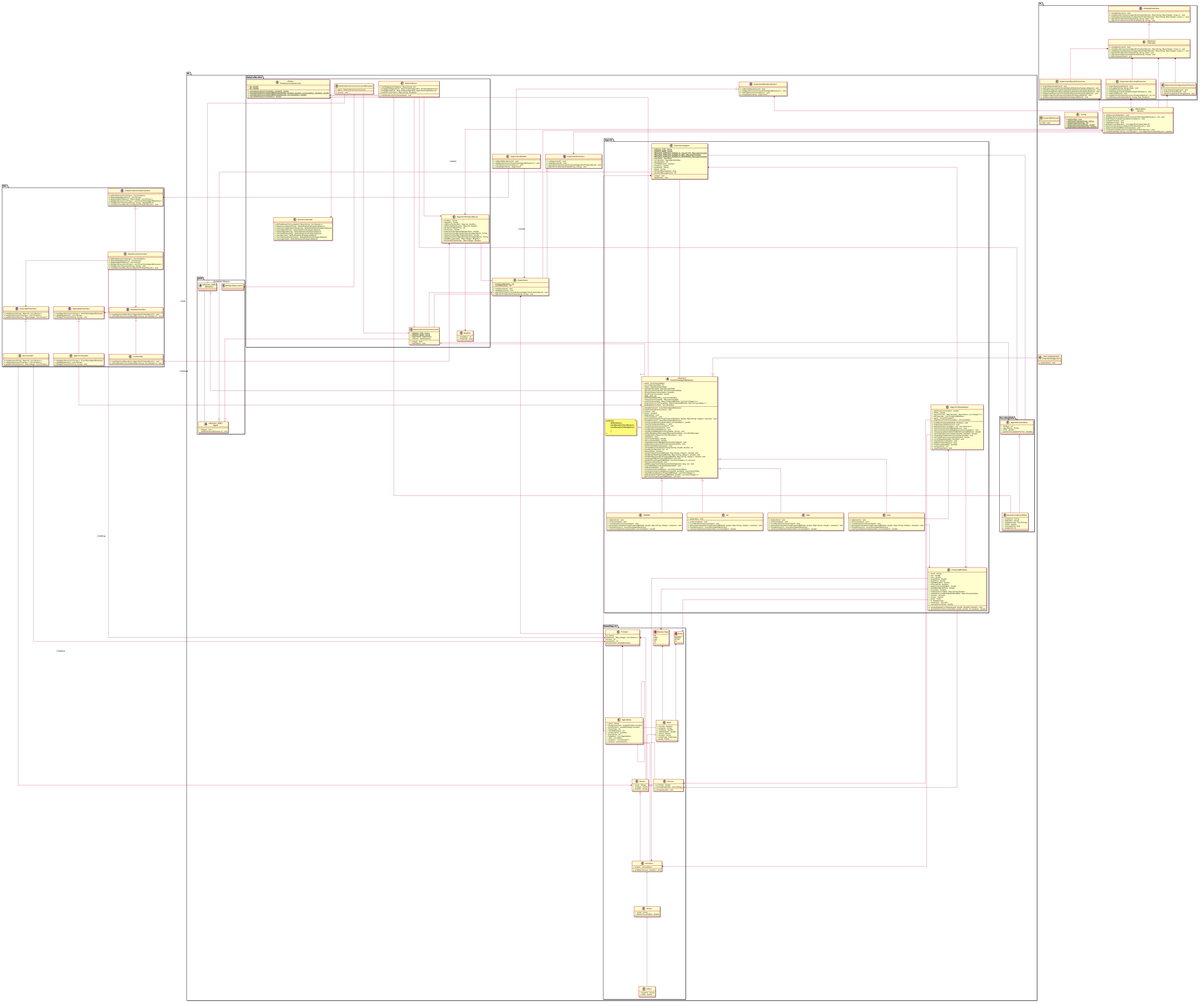
miamiHits/FinalProject keeps this PlantUML diagram as Docs/Diagrams/class diagram/ClassDiagram.png. Above is the earlier version.
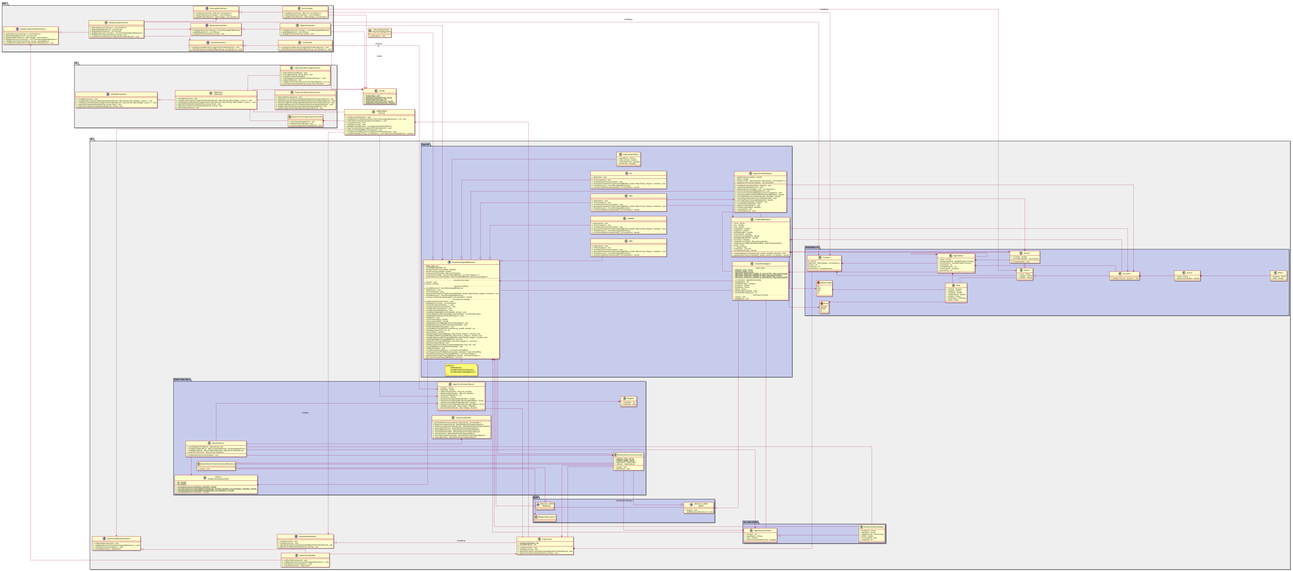
Above is the later version.

Commit message:
more work on CD including fucking colors!!!

Change to the diagram source:
```diff
@@ -1,12 +1,12 @@
 @startuml
 scale 0.5
 skinparam linetype ortho
-skinparam dpi 900
+skinparam pageExternalColor white
+left to right direction
 
+package BL #efefef{
 
-package BL {
-
-	package JADE <<External library>> {
+	package JADE <<External library>> #c7cced{
 
 		abstract class Agent <<Abstract, JADE>> {
 		    {abstract} #Setup() : void
@@ -19,8 +19,7 @@
 		class DFAgentDescription
 	}
 
-	package DataObjects{
-
+	package DataObjects #c7cced{
 		together {
 			class Device {
 				+name : String
@@ -35,7 +34,6 @@
 			}
 
 			class Actuator {
-				+actions : List<Action>
 				+act(Map<Sensor, double>) : void
 			}
 		}
@@ -72,7 +70,6 @@
 				+property : String
 				+ruleValue : double
 				+relationValue : double
-				+device : Device
 				+location : String
 				+prefixType : PrefixType
 				+prefix : Prefix
@@ -88,10 +85,6 @@
 				+numOfIterations : int
 				+priceScheme : double[]
 				+granularity : int
-				+neighbors : List<AgentData>
-				+rules : List<Rule>
-				+actuators : List<Actuator>
-				+sensors : List<Sensor>
 			}
 
 			class Problem {
@@ -106,30 +99,28 @@
 		Device <|- Sensor
 		Device <|-- Actuator
 
-		Actuator o-- Action
-		Action o-- Effect
+		Action *-down- Effect
+		Actuator *-down- Action
 
 		Problem *-- AgentData
 		Problem *-- Device
-		AgentData o-- Sensor
-		AgentData o-- Actuator
-		AgentData -- AgentData
-		AgentData o- Rule
+		AgentData *-- Sensor
+		AgentData *-- Actuator
+		AgentData *-down- AgentData
+		AgentData *- Rule
 
 		Prefix <-- Rule
 		RelationType <-- Rule
 		Rule o-- Device
 	}
 
-	package Agents {
+	package Agents #c7cced{
 
 		together {
 			class AlgorithmDataHelper {
 				+totalPriceConsumption : double
 				+ePeak : double
 				+DeviceToTicks : Map<Actuator, Map<Action, List<Integer>>>
-				+allProperties : List<PropertyWithData>
-				+agent : SmartHomeAgent
 				+neighboursPriceConsumption : List<double[]>
 
 				+buildNewPropertyData(Rule, boolean) : void
@@ -162,8 +153,6 @@
 				+isLocation : boolean
 				+relatedSensorsDelta : Map<String,Double>
 				+relatedSensorsWhenWorkOfflineDelta : Map<String,Double>
-				+actuator : Actuator
-				+sensor : Sensor
 				+prefix : Prefix
 				+rt : RelationType
 				+activeTicks : List<int>
@@ -176,13 +165,13 @@
 
 		together {
 			class SmartHomeAgent {
+				..static fields..
 				+{static} SERVICE_TYPE : String
 				+{static} SERVICE_NAME : String
 				+{static} MESSAGE_TEMPLATE_SENDER_IS_COLLECTOR : MessageTemplate
 				+{static} MESSAGE_TEMPLATE_SENDER_IS_AMS : MessageTemplate
 				+{static} MESSAGE_TEMPLATE_SENDER_IS_NEIGHBOUR : MessageTemplate
-
-				+agentdata : AgentData
+				..
 				+currIteration : AgentIterationData
 				+iterationNum : int
 				+isZEROIteration : boolean
@@ -192,37 +181,33 @@
 				+iterationMessageSize : long
 				+iterationMessageCount : int
 
+				..inharited from Jade..
 				#setup() : void
 				#takeDown() : void
 			}
 
 
-			abstract class SmartHomeAgentBehaviour <<Abstract>> {
-				+agent : SmartHomeAgent
+			abstract class SmartHomeAgentBehaviour {
+				#{static} FINAL_TICK : int
 				#currentNumberOfIter: int
-				#helper: AlgorithmDataHelper
-				#agentIterationData: AgentIterationData
-				#agentIterationCollected: IterationCollectedData
 				#iterationPowerConsumption: double[]
 				#tempPriceConsumption: double
-				#{static} FINAL_TICK : int
-				#maxImprovementMsg : ImprovementMsg
 				#improvementTemplate : MessageTemplate
 				#propToSubsetsMap : Map<PropertyWithData, List<Set<Integer>>>
 				#propToSensorsToChargeMap : Map<PropertyWithData, Map<String,Integer>>
-
-				+cloneBehaviour() : SmartHomeAgentBehaviour
-				+buildScheduleFromScratch() : void
-
+				--
+				..inharited from Jade..
 				+action() : void
 				+done() : boolean
-
+				..abstract methods..
+				+{abstract} cloneBehaviour() : SmartHomeAgentBehaviour
 				#{abstract} doIteration() : void
 				#{abstract} onTermination() : void
 				#{abstract} generateScheduleForProp(PropertyWithData, double, Map<String, Integer>, boolean) : void
 				#{abstract} cloneBehaviour() : SmartHomeAgentBehaviour
 				#{abstract} calcImprveOptionGrade(double[], List<double[]>) : double
-
+				..non-abstract methods..
+				+buildScheduleFromScratch() : void
 				#getNeighbourScheds : List<double[]>
 				#resetToPrevIterationData(...) : void
 				#countIterationCommunication() : void
@@ -257,7 +242,7 @@
 			}
 		}
 
-		Note "action(){\n\tdoIteration();\n\tsendIterationToCollector();\n\tsendIterationToNeighbrs();\n\t..\n\t}\n}" as smabNote
+		Note "action(){\n\tdoIteration();\n\tsendIterationToCollector();\n\tsendIterationToNeighbrs();}\n}" as smabNote
 
 		together {
 			class SHMGM {
@@ -297,10 +282,17 @@
 			}
 		}
 
+		class ImprovementMsg {
+			+agentName : String
+			+improvement : double
+			+imprevedSched : double[]
+			+prevSched : double[]
+		}
+
 
 		Agent <|-- SmartHomeAgent
 		SmartHomeAgentBehaviour --|> Behaviour
-		SmartHomeAgent -- SmartHomeAgentBehaviour
+		SmartHomeAgent --> SmartHomeAgentBehaviour
 
 		SmartHomeAgentBehaviour . smabNote
 
@@ -309,14 +301,21 @@
 		SmartHomeAgentBehaviour <|-- SA
 		SmartHomeAgentBehaviour <|-- DBA
 
+		SmartHomeAgentBehaviour o-- SmartHomeAgent
+		SmartHomeAgentBehaviour o-- AlgorithmDataHelper
+		SmartHomeAgentBehaviour o-- ImprovementMsg
+
 		DSA --> AlgorithmDataHelper
 		DSA --> PropertyWithData
 
-		AlgorithmDataHelper --> PropertyWithData
-		AlgorithmDataHelper --> SmartHomeAgent
+		AlgorithmDataHelper o- PropertyWithData
+		AlgorithmDataHelper o-- SmartHomeAgent
+
+		PropertyWithData *-up- Sensor
+		PropertyWithData *- Actuator
 	}
 
-	package IterationData {
+	package IterationData #c7cced{
 
 		class AgentIterationData {
 			+iterNum : int
@@ -337,7 +336,7 @@
 		AgentIterationData <|-- IterationCollectedData
 	}
 
-	package DataCollection {
+	package DataCollection #c7cced{
 
 		class PowerConsumptionUtils <<Static>> {
 			+{static} AE : double
@@ -369,7 +368,6 @@
 			}
 
 			class DataCollectionCommunicatorBehaviour {
-			    -agent : DataCollectorCommunicator
 				+action() : void
 			}
 		}
@@ -406,25 +404,27 @@
 			+msgsSize : long
 		}
 
-		AlgorithmProblemResult --> MsgInfo
+		AlgorithmProblemResult --* MsgInfo
 
-		DataCollector --o DataCollectionCommunicator
+		DataCollector --* DataCollectionCommunicator
 		DataCollector o-- IterationCollectedData
 		DataCollectionCommunicatorBehaviour --|> Behaviour
 		DataCollectionCommunicatorBehaviour --o DataCollectionCommunicator
+		DataCollectionCommunicatorBehaviour o-- DataCollectionCommunicator
 		DataCollector --> StatisticsHandler
 
 		DataCollector -> PowerConsumptionUtils
 	}
 
-	interface ExperimentBuilderInterface {
-		+setNumOfIterations(int) : void
-		+setAlgorithms(List<SmartHomeAgentBehaviour>) : void
-		+setProblems(List<Problem>) : void
-		+createExperiment() : Experiment
-	}
 
 	together {
+		interface ExperimentBuilderInterface {
+			+setNumOfIterations(int) : void
+			+setAlgorithms(List<SmartHomeAgentBehaviour>) : void
+			+setProblems(List<Problem>) : void
+			+createExperiment() : Experiment
+		}
+
 		class ExperimentBuilder {
 			+setNumOfIterations(int) : void
 			+setAlgorithms(List<SmartHomeAgentBehaviour>) : void
@@ -448,13 +448,12 @@
 			+algorithmProblemComboRunEnded(AlgorithmProblemResult) : void
 			+algorithmProblemIterEnded(String, String) : void
 		}
-
 	}
 
 	ExperimentInterface <|-- Experiment
 	ExperimentBuilderInterface <|-- ExperimentBuilder
 
-	ExperimentBuilder --> Experiment : creates
+	ExperimentBuilder --> Experiment : creates >
 	Experiment o-- DataCollectionCommunicator
 	Experiment *-- Problem
 	SmartHomeAgent *- AgentData
@@ -463,7 +462,7 @@
 
 	Experiment o-- AlgorithmProblemResult
 
-	DataCollectionCommunicator "1" -- "1...*" SmartHomeAgentBehaviour
+	DataCollectionCommunicator --  SmartHomeAgentBehaviour
 	DataCollectionCommunicator --> AgentIterationData
 	DataCollector --> AgentIterationData
 	DataCollectionCommunicatorBehaviour --> DFAgentDescription
@@ -479,7 +478,7 @@
 	AlgorithmDataHelper --> Sensor
 }
 
-package PL {
+package PL #efefef{
 
 	interface UiHandlerInterface {
 		+showMainScreen() : void
@@ -526,13 +525,13 @@
     }
 
 	UiHandlerInterface <|-- UiHandler
-	UiHandler *-- ExperimentRunningPresenter
-	UiHandler *-- ExperimentResultsPresenter
-	UiHandler *-- ExperimentConfigurationPresenter
+	UiHandler o-- ExperimentRunningPresenter
+	UiHandler o-- ExperimentResultsPresenter
+	UiHandler o-- ExperimentConfigurationPresenter
 
 }
 
-package DAL {
+package DAL #efefef{
 
     interface FileSaverInterface {
     	+saveExpirimentResult(List<AlgorithmProblemResult>) : void
@@ -617,11 +616,6 @@
         +{static} getDoubleProperty(String) : double
         +{static} getBooleanProperty(String) : boolean
     }
-
-    class VaadinWebServlet {
-        +init() : void
-    }
-
 }
 
 class SmartHomeAlgorithm <<Not Implemented>> {
@@ -645,9 +639,15 @@
 
 SmartHomeAlgorithm --|> SmartHomeAgentBehaviour
 
-UiHandler *-- Service
-ExperimentRunningPresenter *-- Service
-ExperimentResultsPresenter *-- Service
+UiHandler o-- Service
 ExperimentConfigurationPresenter *-- Service
 
+SmartHomeAgentBehaviour *-- AgentIterationData
+SmartHomeAgentBehaviour *-- IterationCollectedData
+
+UiHandler --> Config
+AlgorithmLoader --> Config
+JsonsLoader --> Config
+CsvHandler --> Config
+
 @enduml
```
